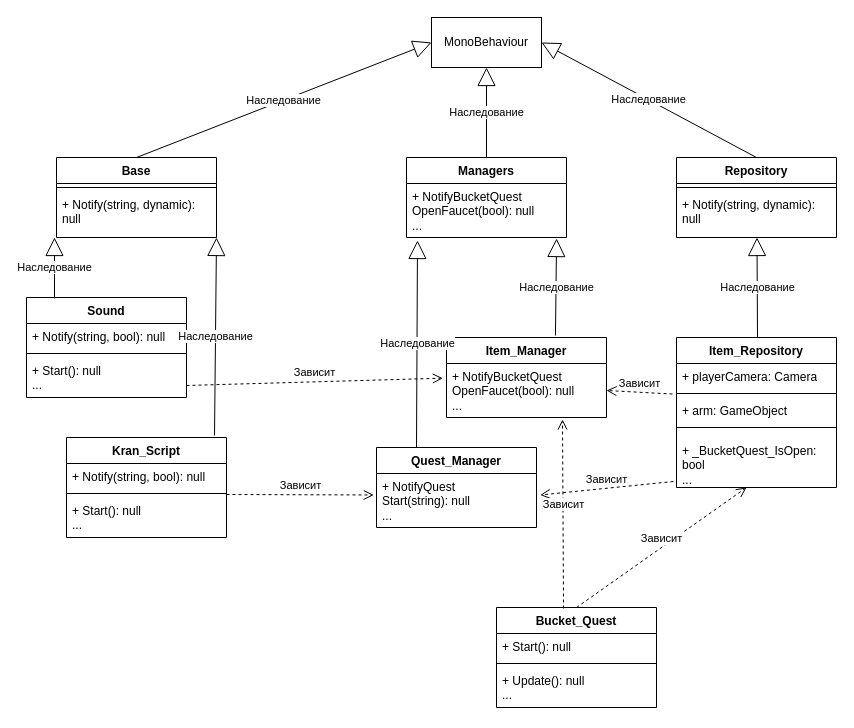
Above: Диаграмма без названия.drawio in Ryize/Volma (draw.io), before the change. Source tidied: cells renumbered, new cells numbered last; positions are measured from the earlier drawing's top-left corner, leaving out a move shared by most shapes. Both pictures are drawn from the tidied source at 100%, with x=0, y=0 at pixel (26, 17).
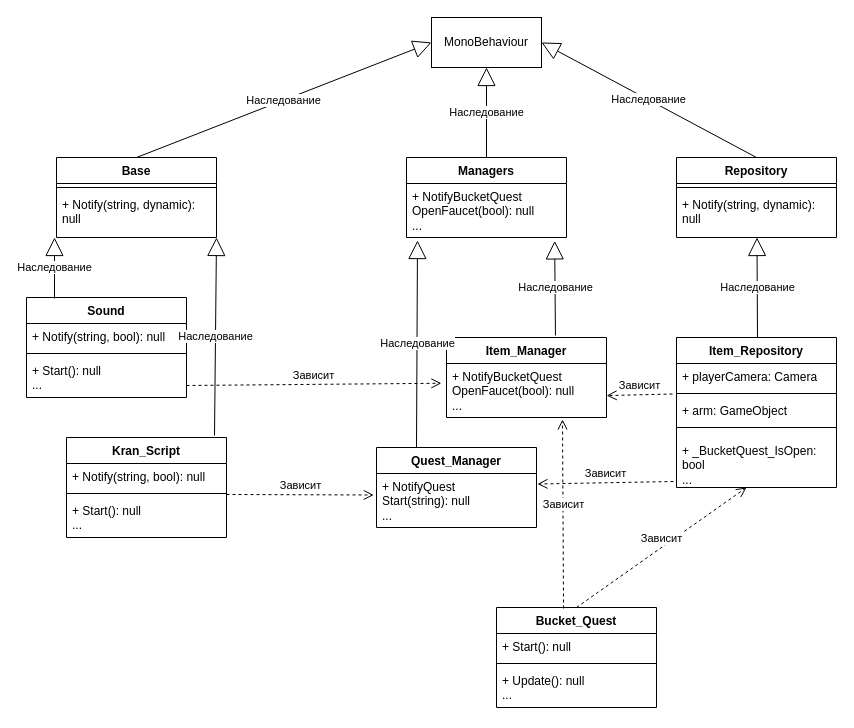
After the change.

Commit message:
Отцентрованы стрелки

The change refers to these unchanged cells:
```xml
<mxCell id="9" value="+ Start(): null&lt;br&gt;..." style="text;strokeColor=none;fillColor=none;align=left;verticalAlign=top;spacingLeft=4;spacingRight=4;overflow=hidden;points=[[0,0.5],[1,0.5]];portConstraint=eastwest;whiteSpace=wrap;html=1;" parent="6" vertex="1">
  <mxGeometry y="60" width="160" height="40" as="geometry" />
</mxCell>
<mxCell id="16" value="Item_Manager" style="swimlane;fontStyle=1;align=center;verticalAlign=top;horizontal=1;startSize=26;whiteSpace=wrap;html=1;" parent="1" vertex="1">
  <mxGeometry x="420" y="320" width="160" height="80" as="geometry" />
</mxCell>
<mxCell id="17" value="+ NotifyBucketQuest&lt;br&gt;OpenFaucet(bool): null&lt;br&gt;..." style="text;strokeColor=none;fillColor=none;align=left;verticalAlign=top;spacingLeft=4;spacingRight=4;overflow=hidden;points=[[0,0.5],[1,0.5]];portConstraint=eastwest;whiteSpace=wrap;html=1;" parent="16" vertex="1">
  <mxGeometry y="26" width="160" height="54" as="geometry" />
</mxCell>
<mxCell id="19" value="+ NotifyQuest&lt;br&gt;Start(string): null&lt;br&gt;..." style="text;strokeColor=none;fillColor=none;align=left;verticalAlign=top;spacingLeft=4;spacingRight=4;overflow=hidden;points=[[0,0.5],[1,0.5]];portConstraint=eastwest;whiteSpace=wrap;html=1;" parent="18" vertex="1">
  <mxGeometry y="26" width="160" height="54" as="geometry" />
</mxCell>
<mxCell id="23" value="+ playerCamera: Camera" style="text;strokeColor=none;fillColor=none;align=left;verticalAlign=top;spacingLeft=4;spacingRight=4;overflow=hidden;points=[[0,0.5],[1,0.5]];portConstraint=eastwest;whiteSpace=wrap;html=1;" parent="22" vertex="1">
  <mxGeometry y="26" width="160" height="26" as="geometry" />
</mxCell>
<mxCell id="27" value="+&amp;nbsp;_BucketQuest_IsOpen&lt;span style=&quot;background-color: initial;&quot;&gt;: bool&lt;br&gt;...&lt;br&gt;&lt;/span&gt;" style="text;strokeColor=none;fillColor=none;align=left;verticalAlign=top;spacingLeft=4;spacingRight=4;overflow=hidden;points=[[0,0.5],[1,0.5]];portConstraint=eastwest;whiteSpace=wrap;html=1;" parent="22" vertex="1">
  <mxGeometry y="100" width="160" height="50" as="geometry" />
</mxCell>
<mxCell id="39" value="+ NotifyBucketQuest&lt;br&gt;OpenFaucet(bool): null&lt;br&gt;..." style="text;strokeColor=none;fillColor=none;align=left;verticalAlign=top;spacingLeft=4;spacingRight=4;overflow=hidden;points=[[0,0.5],[1,0.5]];portConstraint=eastwest;whiteSpace=wrap;html=1;" parent="38" vertex="1">
  <mxGeometry y="26" width="160" height="54" as="geometry" />
</mxCell>
```

Diff of the diagram source:
```diff
@@
-    <mxCell id="20" value="Зависит" style="html=1;verticalAlign=bottom;endArrow=open;dashed=1;endSize=8;curved=0;rounded=0;entryX=-0.023;entryY=0.272;entryDx=0;entryDy=0;entryPerimeter=0;exitX=1;exitY=0.7;exitDx=0;exitDy=0;exitPerimeter=0;" parent="1" edge="1" source="9" target="17">
+    <mxCell id="20" value="Зависит" style="html=1;verticalAlign=bottom;endArrow=open;dashed=1;endSize=8;curved=0;rounded=0;entryX=-0.032;entryY=0.366;entryDx=0;entryDy=0;entryPerimeter=0;exitX=1;exitY=0.7;exitDx=0;exitDy=0;exitPerimeter=0;" parent="1" edge="1" source="9" target="17">
       <mxGeometry relative="1" as="geometry" />
     </mxCell>
@@
-    <mxCell id="28" value="Зависит" style="html=1;verticalAlign=bottom;endArrow=open;dashed=1;endSize=8;curved=0;rounded=0;exitX=-0.019;exitY=0.88;exitDx=0;exitDy=0;exitPerimeter=0;entryX=1.023;entryY=0.398;entryDx=0;entryDy=0;entryPerimeter=0;" parent="1" edge="1" source="27" target="19">
+    <mxCell id="28" value="Зависит" style="html=1;verticalAlign=bottom;endArrow=open;dashed=1;endSize=8;curved=0;rounded=0;exitX=-0.019;exitY=0.88;exitDx=0;exitDy=0;exitPerimeter=0;entryX=1.006;entryY=0.195;entryDx=0;entryDy=0;entryPerimeter=0;" parent="1" edge="1" source="27" target="19">
       <mxGeometry relative="1" as="geometry" />
     </mxCell>
-    <mxCell id="29" value="Зависит" style="html=1;verticalAlign=bottom;endArrow=open;dashed=1;endSize=8;curved=0;rounded=0;exitX=-0.025;exitY=1.174;exitDx=0;exitDy=0;exitPerimeter=0;entryX=1;entryY=0.5;entryDx=0;entryDy=0;" parent="1" edge="1" source="23" target="17">
+    <mxCell id="29" value="Зависит" style="html=1;verticalAlign=bottom;endArrow=open;dashed=1;endSize=8;curved=0;rounded=0;exitX=-0.025;exitY=1.174;exitDx=0;exitDy=0;exitPerimeter=0;entryX=1.001;entryY=0.594;entryDx=0;entryDy=0;entryPerimeter=0;" parent="1" edge="1" source="23" target="17">
       <mxGeometry relative="1" as="geometry" />
     </mxCell>
@@
-    <mxCell id="40" value="Наследование" style="endArrow=block;endSize=16;endFill=0;html=1;rounded=0;entryX=0.938;entryY=1.019;entryDx=0;entryDy=0;entryPerimeter=0;exitX=0.681;exitY=-0.025;exitDx=0;exitDy=0;exitPerimeter=0;" parent="1" edge="1" source="16" target="39">
-      <mxGeometry relative="1" as="geometry" />
+    <mxCell id="40" value="Наследование" style="endArrow=block;endSize=16;endFill=0;html=1;rounded=0;entryX=0.926;entryY=1.063;entryDx=0;entryDy=0;entryPerimeter=0;exitX=0.681;exitY=-0.025;exitDx=0;exitDy=0;exitPerimeter=0;" parent="1" edge="1" source="16" target="39">
+      <mxGeometry x="0.01" relative="1" as="geometry" />
     </mxCell>
```
